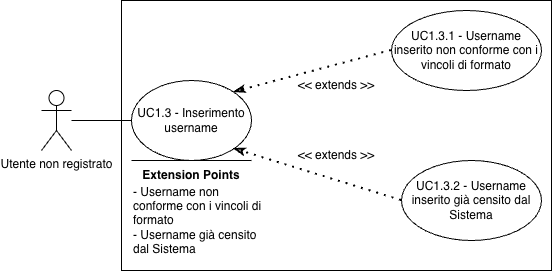
This is assets/diagrams/UC1_3.png from SkarabGroup/DocumentazioneProgetto, a draw.io export, as it was before one commit. Source tidied: cells renumbered, new cells last; positions are measured from the earlier drawing's top-left corner, leaving out a move shared by most shapes.
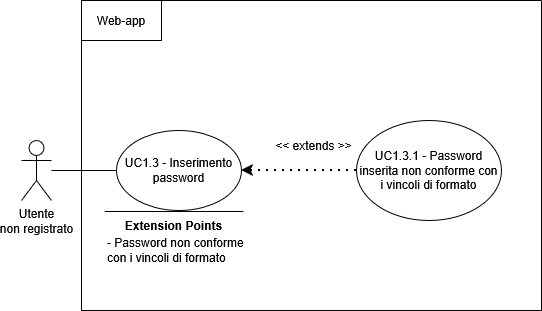
The same file after the commit.

What changed in the source:
```diff
@@ -2,47 +2,44 @@
   <root>
     <mxCell id="0" />
     <mxCell id="1" parent="0" />
-    <mxCell id="2" value="Utente non registrato" style="shape=umlActor;verticalLabelPosition=bottom;verticalAlign=top;html=1;outlineConnect=0;" parent="1" vertex="1">
+    <mxCell id="2" value="&lt;div&gt;Utente&lt;/div&gt;&lt;div&gt;non registrato&lt;/div&gt;" style="shape=umlActor;verticalLabelPosition=bottom;verticalAlign=top;html=1;outlineConnect=0;" parent="1" vertex="1">
       <mxGeometry y="90" width="30" height="60" as="geometry" />
     </mxCell>
-    <mxCell id="3" style="rounded=0;whiteSpace=wrap;html=1;" parent="1" vertex="1">
-      <mxGeometry x="80" width="430" height="270" as="geometry" />
-    </mxCell>
-    <mxCell id="4" value="UC1.3 - Inserimento username" style="ellipse;whiteSpace=wrap;html=1;" parent="1" vertex="1">
-      <mxGeometry x="90" y="80" width="120" height="80" as="geometry" />
-    </mxCell>
-    <mxCell id="5" value="UC1.3.1 - Username inserito non conforme con i vincoli di formato" style="ellipse;whiteSpace=wrap;html=1;" parent="1" vertex="1">
-      <mxGeometry x="350" y="10" width="150" height="80" as="geometry" />
-    </mxCell>
-    <mxCell id="6" style="endArrow=classicThin;dashed=1;html=1;dashPattern=1 3;strokeWidth=2;rounded=0;entryX=1;entryY=0;entryDx=0;entryDy=0;exitX=0;exitY=0.5;exitDx=0;exitDy=0;endFill=0;startArrow=none;startFill=0;" parent="1" edge="1" source="5" target="4">
-      <mxGeometry relative="1" as="geometry" />
-    </mxCell>
-    <mxCell id="7" style="endArrow=none;html=1;rounded=0;entryX=0;entryY=0.5;entryDx=0;entryDy=0;" parent="1" edge="1" source="2" target="4">
-      <mxGeometry relative="1" as="geometry" />
-    </mxCell>
-    <mxCell id="8" value="&amp;lt;&amp;lt; extends &amp;gt;&amp;gt;" style="text;html=1;whiteSpace=wrap;strokeColor=none;fillColor=none;align=center;verticalAlign=middle;rounded=0;" parent="1" vertex="1">
-      <mxGeometry x="250" y="70" width="90" height="30" as="geometry" />
-    </mxCell>
+    <mxCell id="15" style="swimlane;startSize=0;" parent="1" vertex="1">
+      <mxGeometry x="60" y="-50" width="460" height="310" as="geometry" />
+    </mxCell>
+    <mxCell id="16" value="&lt;div&gt;UC1.3 - Inserimento password&lt;/div&gt;" style="ellipse;whiteSpace=wrap;html=1;" parent="15" vertex="1">
+      <mxGeometry x="35" y="130" width="125" height="80" as="geometry" />
+    </mxCell>
+    <mxCell id="17" value="UC1.3.1 - Password inserita non conforme con i vincoli di formato" style="ellipse;whiteSpace=wrap;html=1;" parent="15" vertex="1">
+      <mxGeometry x="275" y="120" width="145" height="100" as="geometry" />
+    </mxCell>
+    <mxCell id="18" style="endArrow=classic;dashed=1;html=1;dashPattern=1 3;strokeWidth=2;rounded=0;entryX=1;entryY=0.5;entryDx=0;entryDy=0;exitX=0;exitY=0.5;exitDx=0;exitDy=0;strokeColor=default;curved=0;endFill=1;endSize=6;" parent="15" edge="1" source="17" target="16">
+      <mxGeometry relative="1" as="geometry" />
+    </mxCell>
+    <mxCell id="19" value="&lt;div&gt;&amp;lt;&amp;lt; extends &amp;gt;&amp;gt;&lt;/div&gt;" style="text;html=1;whiteSpace=wrap;strokeColor=none;fillColor=none;align=center;verticalAlign=middle;rounded=0;" parent="15" vertex="1">
+      <mxGeometry x="185" y="130" width="95" height="30" as="geometry" />
+    </mxCell>
+    <mxCell id="20" style="endArrow=none;html=1;rounded=0;" parent="15" edge="1">
+      <mxGeometry relative="1" as="geometry">
+        <mxPoint x="162" y="211" as="sourcePoint" />
+        <mxPoint x="23.2" y="211" as="targetPoint" />
+      </mxGeometry>
+    </mxCell>
-    <mxCell id="9" value="&lt;b&gt;Extension Points&lt;/b&gt;" style="text;html=1;whiteSpace=wrap;strokeColor=none;fillColor=none;align=center;verticalAlign=middle;rounded=0;" parent="1" vertex="1">
-      <mxGeometry x="90" y="160" width="120" height="30" as="geometry" />
+    <mxCell id="9" value="&lt;b&gt;Extension Points&lt;/b&gt;" style="text;html=1;whiteSpace=wrap;strokeColor=none;fillColor=none;align=center;verticalAlign=middle;rounded=0;strokeWidth=5;" parent="15" vertex="1">
+      <mxGeometry x="35" y="210" width="115" height="30" as="geometry" />
     </mxCell>
-    <mxCell id="10" style="endArrow=none;html=1;rounded=0;" parent="1" edge="1">
-      <mxGeometry relative="1" as="geometry">
-        <mxPoint x="90" y="160" as="sourcePoint" />
-        <mxPoint x="210" y="160" as="targetPoint" />
-      </mxGeometry>
-    </mxCell>
-    <mxCell id="11" value="- Username non conforme con i vincoli di formato&lt;div&gt;- Username già censito dal Sistema&lt;/div&gt;" style="text;html=1;whiteSpace=wrap;strokeColor=none;fillColor=none;align=left;verticalAlign=middle;rounded=0;" parent="1" vertex="1">
-      <mxGeometry x="90" y="190" width="140" height="60" as="geometry" />
-    </mxCell>
-    <mxCell id="12" value="UC1.3.2 - Username inserito già censito dal Sistema" style="ellipse;whiteSpace=wrap;html=1;" parent="1" vertex="1">
-      <mxGeometry x="360" y="160" width="140" height="80" as="geometry" />
-    </mxCell>
-    <mxCell id="13" style="endArrow=classicThin;dashed=1;html=1;dashPattern=1 3;strokeWidth=2;rounded=0;entryX=1;entryY=1;entryDx=0;entryDy=0;endFill=0;startArrow=none;startFill=0;exitX=0;exitY=0.5;exitDx=0;exitDy=0;" parent="1" edge="1" source="12" target="4">
-      <mxGeometry relative="1" as="geometry" />
-    </mxCell>
-    <mxCell id="14" value="&amp;lt;&amp;lt; extends &amp;gt;&amp;gt;" style="text;html=1;whiteSpace=wrap;strokeColor=none;fillColor=none;align=center;verticalAlign=middle;rounded=0;" parent="1" vertex="1">
-      <mxGeometry x="250" y="140" width="90" height="30" as="geometry" />
-    </mxCell>
+    <mxCell id="21" value="&lt;div align=&quot;left&quot;&gt;- Password non conforme con i vincoli di formato&lt;/div&gt;" style="text;html=1;whiteSpace=wrap;strokeColor=none;fillColor=none;align=left;verticalAlign=middle;rounded=0;" parent="15" vertex="1">
+      <mxGeometry x="24" y="210" width="147" height="80" as="geometry" />
+    </mxCell>
+    <mxCell id="22" style="rounded=0;whiteSpace=wrap;html=1;" parent="15" vertex="1">
+      <mxGeometry width="80" height="40" as="geometry" />
+    </mxCell>
+    <mxCell id="23" value="Web-app" style="text;html=1;whiteSpace=wrap;strokeColor=none;fillColor=none;align=center;verticalAlign=middle;rounded=0;" parent="15" vertex="1">
+      <mxGeometry x="10" y="5" width="60" height="30" as="geometry" />
+    </mxCell>
+    <mxCell id="24" style="endArrow=none;html=1;rounded=0;entryX=0;entryY=0.5;entryDx=0;entryDy=0;" parent="1" edge="1" source="2" target="16">
+      <mxGeometry relative="1" as="geometry" />
+    </mxCell>
   </root>
 </mxGraphModel>
```
